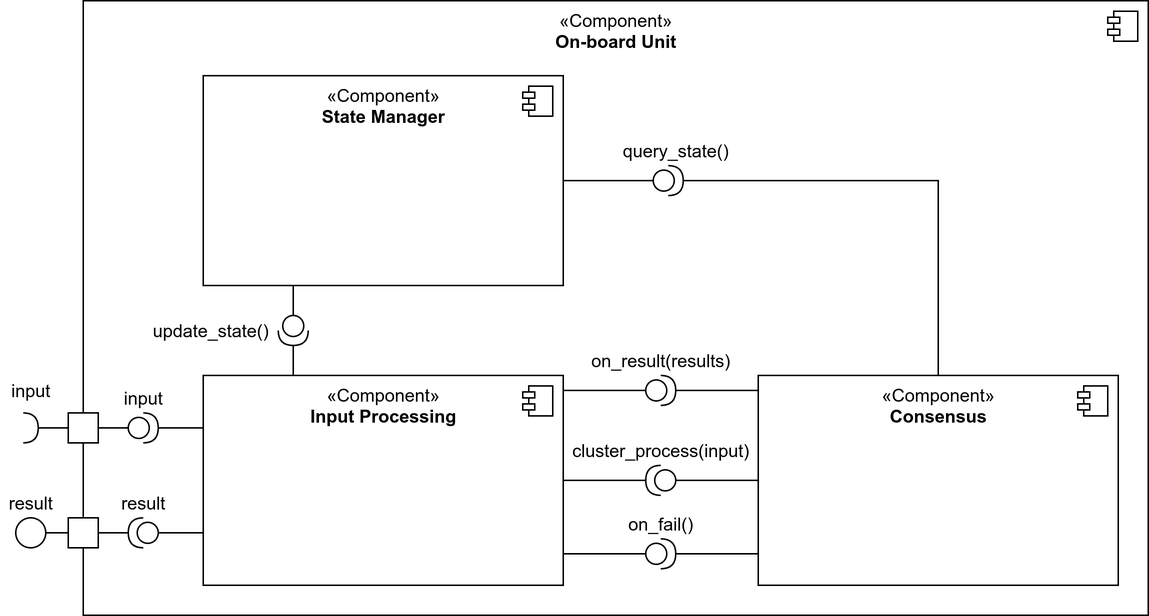
Before: images/Components.png, a diagram exported from draw.io (Boffmann/masterThesis). Source tidied: cells renumbered, new cells last; positions are measured from the earlier drawing's top-left corner, leaving out a move shared by most shapes.
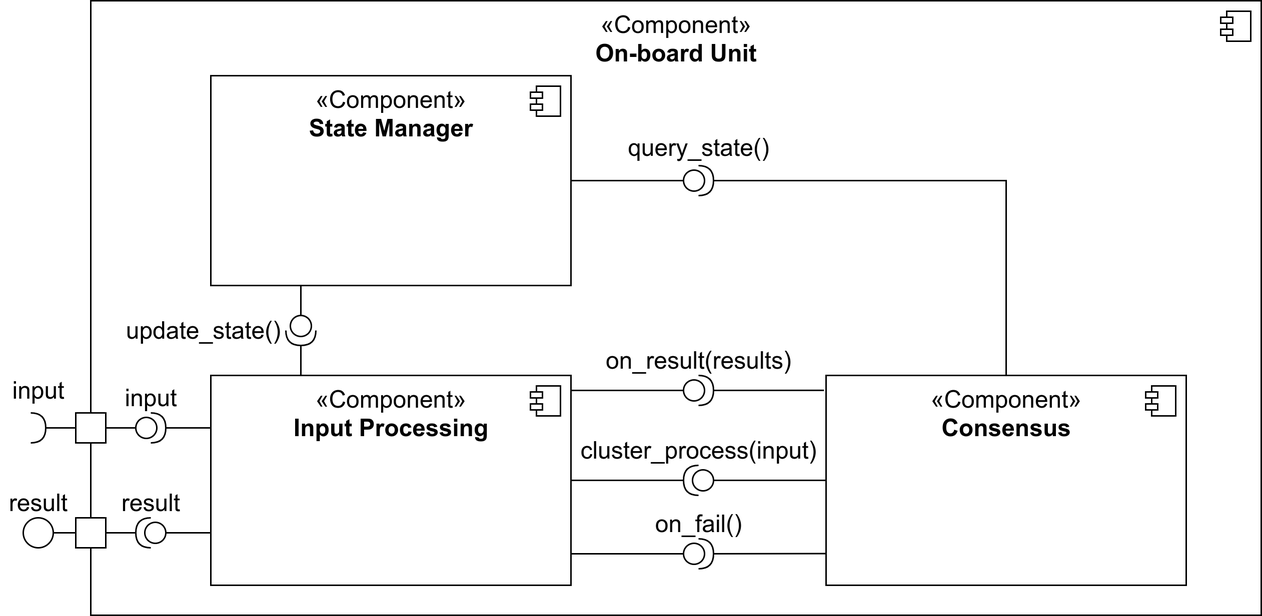
After the commit.

The edit, as a diff of the source:
```diff
@@ -2,23 +2,23 @@
   <root>
     <mxCell id="0" />
     <mxCell id="1" parent="0" />
-    <mxCell id="2" value="«Component»&lt;br&gt;&lt;b&gt;On-board Unit&lt;/b&gt;" style="html=1;verticalAlign=top;" parent="1" vertex="1">
-      <mxGeometry x="55" width="710" height="410" as="geometry" />
+    <mxCell id="2" value="&lt;font style=&quot;font-size: 16px&quot;&gt;«Component»&lt;br&gt;&lt;b&gt;On-board Unit&lt;/b&gt;&lt;/font&gt;" style="html=1;verticalAlign=top;" parent="1" vertex="1">
+      <mxGeometry x="55" width="780" height="410" as="geometry" />
     </mxCell>
     <mxCell id="3" style="shape=module;jettyWidth=8;jettyHeight=4;" parent="2" vertex="1">
       <mxGeometry x="1" width="20" height="20" relative="1" as="geometry">
         <mxPoint x="-27" y="7" as="offset" />
       </mxGeometry>
     </mxCell>
-    <mxCell id="4" value="«Component»&lt;br&gt;&lt;b&gt;Consensus&lt;/b&gt;" style="html=1;verticalAlign=top;" parent="1" vertex="1">
-      <mxGeometry x="505" y="250" width="240" height="140" as="geometry" />
+    <mxCell id="4" value="&lt;font style=&quot;font-size: 16px&quot;&gt;«Component»&lt;br&gt;&lt;b&gt;Consensus&lt;/b&gt;&lt;/font&gt;" style="html=1;verticalAlign=top;" parent="1" vertex="1">
+      <mxGeometry x="545" y="250" width="240" height="140" as="geometry" />
     </mxCell>
     <mxCell id="5" style="shape=module;jettyWidth=8;jettyHeight=4;" parent="4" vertex="1">
       <mxGeometry x="1" width="20" height="20" relative="1" as="geometry">
         <mxPoint x="-27" y="7" as="offset" />
       </mxGeometry>
     </mxCell>
-    <mxCell id="6" value="«Component»&lt;br&gt;&lt;b&gt;Input Processing&lt;/b&gt;" style="html=1;verticalAlign=top;" parent="1" vertex="1">
+    <mxCell id="6" value="&lt;font style=&quot;font-size: 16px&quot;&gt;«Component»&lt;br&gt;&lt;b&gt;Input Processing&lt;/b&gt;&lt;/font&gt;" style="html=1;verticalAlign=top;" parent="1" vertex="1">
       <mxGeometry x="135" y="250" width="240" height="140" as="geometry" />
     </mxCell>
     <mxCell id="7" style="shape=module;jettyWidth=8;jettyHeight=4;" parent="6" vertex="1">
@@ -26,7 +26,7 @@
         <mxPoint x="-27" y="7" as="offset" />
       </mxGeometry>
     </mxCell>
-    <mxCell id="8" value="«Component»&lt;br&gt;&lt;b&gt;State Manager&lt;/b&gt;" style="html=1;verticalAlign=top;" parent="1" vertex="1">
+    <mxCell id="8" value="&lt;font style=&quot;font-size: 16px&quot;&gt;«Component»&lt;br&gt;&lt;b&gt;State Manager&lt;/b&gt;&lt;/font&gt;" style="html=1;verticalAlign=top;" parent="1" vertex="1">
       <mxGeometry x="135" y="50" width="240" height="140" as="geometry" />
     </mxCell>
     <mxCell id="9" style="shape=module;jettyWidth=8;jettyHeight=4;" parent="8" vertex="1">
@@ -56,12 +56,10 @@
       <mxGeometry relative="1" as="geometry" />
     </mxCell>
     <mxCell id="17" style="shape=providedRequiredInterface;html=1;verticalLabelPosition=bottom;strokeWidth=1;rotation=-180;" parent="1" vertex="1">
-      <mxGeometry x="430" y="310" width="20" height="20" as="geometry" />
+      <mxGeometry x="450" y="310" width="20" height="20" as="geometry" />
     </mxCell>
-    <mxCell id="18" style="edgeStyle=none;rounded=0;jettySize=auto;html=1;endArrow=none;endFill=0;" parent="1" edge="1" source="20">
-      <mxGeometry relative="1" as="geometry">
-        <mxPoint x="505" y="260" as="targetPoint" />
-      </mxGeometry>
+    <mxCell id="18" style="edgeStyle=none;rounded=0;jettySize=auto;html=1;endArrow=none;endFill=0;entryX=-0.006;entryY=0.071;entryDx=0;entryDy=0;entryPerimeter=0;" parent="1" edge="1" source="20" target="4">
+      <mxGeometry relative="1" as="geometry" />
     </mxCell>
     <mxCell id="19" style="edgeStyle=none;rounded=0;jettySize=auto;html=1;entryX=1;entryY=0.5;entryDx=0;entryDy=0;endArrow=none;endFill=0;" parent="1" edge="1" source="20">
       <mxGeometry relative="1" as="geometry">
@@ -69,12 +67,10 @@
       </mxGeometry>
     </mxCell>
     <mxCell id="20" style="shape=providedRequiredInterface;html=1;verticalLabelPosition=bottom;strokeWidth=1;rotation=0;" parent="1" vertex="1">
-      <mxGeometry x="430" y="250" width="20" height="20" as="geometry" />
+      <mxGeometry x="450" y="250" width="20" height="20" as="geometry" />
     </mxCell>
-    <mxCell id="21" style="edgeStyle=none;rounded=0;jettySize=auto;html=1;endArrow=none;endFill=0;" parent="1" edge="1" source="23">
-      <mxGeometry relative="1" as="geometry">
-        <mxPoint x="505" y="369" as="targetPoint" />
-      </mxGeometry>
+    <mxCell id="21" style="edgeStyle=none;rounded=0;jettySize=auto;html=1;endArrow=none;endFill=0;entryX=-0.001;entryY=0.849;entryDx=0;entryDy=0;entryPerimeter=0;" parent="1" edge="1" source="23" target="4">
+      <mxGeometry relative="1" as="geometry" />
     </mxCell>
     <mxCell id="22" style="edgeStyle=none;rounded=0;jettySize=auto;html=1;entryX=1;entryY=0.5;entryDx=0;entryDy=0;endArrow=none;endFill=0;" parent="1" edge="1" source="23">
       <mxGeometry relative="1" as="geometry">
@@ -82,16 +78,16 @@
       </mxGeometry>
     </mxCell>
     <mxCell id="23" style="shape=providedRequiredInterface;html=1;verticalLabelPosition=bottom;strokeWidth=1;rotation=0;" parent="1" vertex="1">
-      <mxGeometry x="430" y="359" width="20" height="20" as="geometry" />
+      <mxGeometry x="450" y="359" width="20" height="20" as="geometry" />
     </mxCell>
-    <mxCell id="24" value="cluster_process(input)" style="text;html=1;align=center;verticalAlign=middle;" parent="1" vertex="1">
-      <mxGeometry x="375" y="290" width="130" height="20" as="geometry" />
+    <mxCell id="24" value="&lt;font style=&quot;font-size: 16px&quot;&gt;cluster_process(input)&lt;/font&gt;" style="text;html=1;align=center;verticalAlign=middle;" parent="1" vertex="1">
+      <mxGeometry x="375" y="290" width="170" height="20" as="geometry" />
     </mxCell>
-    <mxCell id="25" value="on_result(results)" style="text;html=1;align=center;verticalAlign=middle;" parent="1" vertex="1">
-      <mxGeometry x="385" y="230" width="110" height="20" as="geometry" />
+    <mxCell id="25" value="&lt;font style=&quot;font-size: 16px&quot;&gt;on_result(results)&lt;/font&gt;" style="text;html=1;align=center;verticalAlign=middle;" parent="1" vertex="1">
+      <mxGeometry x="390" y="230" width="140" height="20" as="geometry" />
     </mxCell>
-    <mxCell id="26" value="on_fail()" style="text;html=1;align=center;verticalAlign=middle;" parent="1" vertex="1">
-      <mxGeometry x="410" y="339" width="60" height="20" as="geometry" />
+    <mxCell id="26" value="&lt;font style=&quot;font-size: 16px&quot;&gt;on_fail()&lt;/font&gt;" style="text;html=1;align=center;verticalAlign=middle;" parent="1" vertex="1">
+      <mxGeometry x="425" y="339" width="70" height="20" as="geometry" />
     </mxCell>
     <mxCell id="27" style="shape=providedRequiredInterface;html=1;verticalLabelPosition=bottom;strokeWidth=1;rotation=90;" parent="1" vertex="1">
       <mxGeometry x="185" y="210" width="20" height="20" as="geometry" />
@@ -102,14 +98,14 @@
     <mxCell id="29" style="edgeStyle=none;rounded=0;jettySize=auto;html=1;entryX=1;entryY=0.5;entryDx=0;entryDy=0;endArrow=none;endFill=0;entryPerimeter=0;exitX=0.25;exitY=0;exitDx=0;exitDy=0;" parent="1" edge="1" source="6" target="27">
       <mxGeometry relative="1" as="geometry" />
     </mxCell>
-    <mxCell id="30" value="update_state()" style="text;html=1;align=center;verticalAlign=middle;" parent="1" vertex="1">
-      <mxGeometry x="95" y="210" width="90" height="20" as="geometry" />
+    <mxCell id="30" value="&lt;font style=&quot;font-size: 16px&quot;&gt;update_state()&lt;/font&gt;" style="text;html=1;align=center;verticalAlign=middle;" parent="1" vertex="1">
+      <mxGeometry x="70" y="210" width="120" height="20" as="geometry" />
     </mxCell>
     <mxCell id="31" style="shape=providedRequiredInterface;html=1;verticalLabelPosition=bottom;strokeWidth=1;rotation=0;" parent="1" vertex="1">
-      <mxGeometry x="435" y="110" width="20" height="20" as="geometry" />
+      <mxGeometry x="450" y="110" width="20" height="20" as="geometry" />
     </mxCell>
-    <mxCell id="32" value="query_state()" style="text;html=1;align=center;verticalAlign=middle;" parent="1" vertex="1">
-      <mxGeometry x="405" y="90" width="90" height="20" as="geometry" />
+    <mxCell id="32" value="&lt;font style=&quot;font-size: 16px&quot;&gt;query_state()&lt;/font&gt;" style="text;html=1;align=center;verticalAlign=middle;" parent="1" vertex="1">
+      <mxGeometry x="405" y="88" width="110" height="20" as="geometry" />
     </mxCell>
     <mxCell id="33" style="edgeStyle=none;rounded=0;jettySize=auto;html=1;entryX=1;entryY=0.5;entryDx=0;entryDy=0;endArrow=none;endFill=0;exitX=0;exitY=0.5;exitDx=0;exitDy=0;exitPerimeter=0;" parent="1" edge="1" source="31" target="8">
       <mxGeometry relative="1" as="geometry" />
@@ -117,7 +113,7 @@
     <mxCell id="34" style="edgeStyle=none;rounded=0;jettySize=auto;html=1;entryX=1;entryY=0.5;entryDx=0;entryDy=0;endArrow=none;endFill=0;exitX=0.5;exitY=0;exitDx=0;exitDy=0;entryPerimeter=0;" parent="1" edge="1" source="4" target="31">
       <mxGeometry relative="1" as="geometry">
         <Array as="points">
-          <mxPoint x="625" y="120" />
+          <mxPoint x="665" y="120" />
         </Array>
       </mxGeometry>
     </mxCell>
@@ -142,17 +138,17 @@
     <mxCell id="41" style="edgeStyle=none;rounded=0;jettySize=auto;html=1;endArrow=none;endFill=0;exitX=1;exitY=0.5;exitDx=0;exitDy=0;entryX=0;entryY=0.25;entryDx=0;entryDy=0;exitPerimeter=0;" parent="1" edge="1" source="36" target="6">
       <mxGeometry relative="1" as="geometry" />
     </mxCell>
-    <mxCell id="42" value="input" style="text;html=1;align=center;verticalAlign=middle;" parent="1" vertex="1">
-      <mxGeometry y="250" width="40" height="20" as="geometry" />
+    <mxCell id="42" value="&lt;font style=&quot;font-size: 16px&quot;&gt;input&lt;/font&gt;" style="text;html=1;align=center;verticalAlign=middle;" parent="1" vertex="1">
+      <mxGeometry x="-5" y="250" width="50" height="20" as="geometry" />
     </mxCell>
-    <mxCell id="43" value="input" style="text;html=1;align=center;verticalAlign=middle;" parent="1" vertex="1">
-      <mxGeometry x="75" y="255" width="40" height="20" as="geometry" />
+    <mxCell id="43" value="&lt;font style=&quot;font-size: 16px&quot;&gt;input&lt;/font&gt;" style="text;html=1;align=center;verticalAlign=middle;" parent="1" vertex="1">
+      <mxGeometry x="70" y="255" width="50" height="20" as="geometry" />
     </mxCell>
-    <mxCell id="44" value="result" style="text;html=1;align=center;verticalAlign=middle;" parent="1" vertex="1">
-      <mxGeometry y="325" width="40" height="20" as="geometry" />
+    <mxCell id="44" value="&lt;font style=&quot;font-size: 16px&quot;&gt;result&lt;/font&gt;" style="text;html=1;align=center;verticalAlign=middle;" parent="1" vertex="1">
+      <mxGeometry x="-5" y="325" width="50" height="20" as="geometry" />
     </mxCell>
-    <mxCell id="45" value="result" style="text;html=1;align=center;verticalAlign=middle;" parent="1" vertex="1">
-      <mxGeometry x="75" y="325" width="40" height="20" as="geometry" />
+    <mxCell id="45" value="&lt;font style=&quot;font-size: 16px&quot;&gt;result&lt;/font&gt;" style="text;html=1;align=center;verticalAlign=middle;" parent="1" vertex="1">
+      <mxGeometry x="70" y="325" width="50" height="20" as="geometry" />
     </mxCell>
   </root>
 </mxGraphModel>
```
